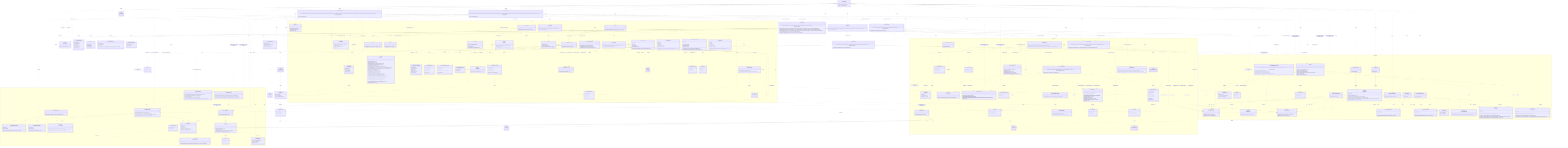
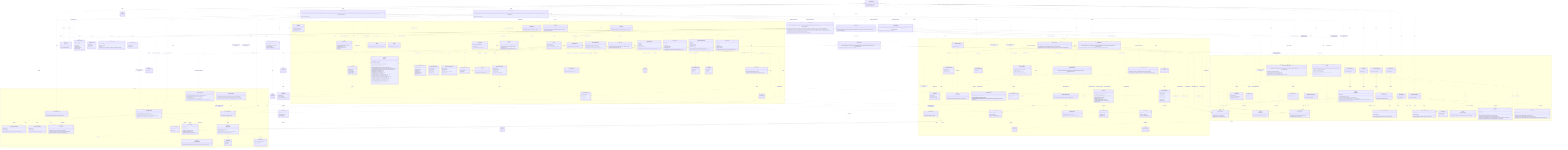
%% Authoritative, system-wide contract chart: every class and every relationship,
%% including the cross-domain interactions between modules.
%% For focused, per-domain views (intra-domain relationships only), see
%% docs/contracts/domains/ (one chart per domain + a README).
classDiagram
  direction TB

  class LicenseWizard {
    +LicenseWizard(args: string[])
    +run() Promise~Answer[]~
  }

  class IWizardMode {
    <<interface>>
    +run() Promise~Answer[]~
  }

  class InteractiveMode {
    +InteractiveMode(licenses: LicenseRepository, config: Config, manifests: ProjectManifestRepository, installer: LicenseInstaller, generator: LicenseGenerator, headers: HeaderApplier, renderer: IRenderer, reporter: IReporter, flags: WizardFlags)
    +run() Promise~Answer[]~
  }

  class NonInteractiveMode {
    +NonInteractiveMode(licenses: LicenseRepository, config: Config, manifests: ProjectManifestRepository, installer: LicenseInstaller, generator: LicenseGenerator, headers: HeaderApplier, reporter: IReporter, flags: WizardFlags, saveTargetByFlag: Record~string, string~)
    +run() Promise~Answer[]~
  }

  class VerifyMode {
    +VerifyMode(verifier: LicenseVerifier, headerVerifier: HeaderVerifier, config: Config, reporter: IReporter, strict: boolean)
    +run() Promise~Answer[]~
  }

  class WizardFlags {
    <<type>>
  }

  class HeaderApplier {
    +HeaderApplier(licenses: LicenseRepository, reader: IFileSystemReader & IPathResolver, writer: IFileSystemWriter)
    +apply(licenseId: string, style: HeaderStyle, tokens: Record~string, string~, extraIgnores: string[]) Promise~HeaderApplyReport~
    +preview(licenseId: string, style: HeaderStyle, tokens: Record~string, string~, extraIgnores: string[]) Promise~HeaderPreview | null~
    +forceApply(licenseId: string, style: HeaderStyle, tokens: Record~string, string~, file: string, options?: object) Promise~HeaderForceReport~
    +remove(extraIgnores: string[]) Promise~HeaderRemovalReport~
    +previewRemoval(extraIgnores: string[]) Promise~HeaderRemovalReport~
  }

  class HeaderApplyReport {
    +licenseId: string
    +style: HeaderStyle
    +total: number
    +written: number
    +unchanged: number
    +skipped: string[]
  }

  class HeaderPreview {
    +files: string[]
    +skipped: string[]
    +sample: string
  }

  class HeaderForceReport {
    +licenseId: string
    +style: HeaderStyle
    +file: string
    +outcome: "written" | "unchanged" | "missing" | "unsupported" | "outside"
  }

  class HeaderRemovalReport {
    +removed: string[]
    +total: number
  }

  class LicenseInstaller {
    +LicenseInstaller(config: Config, manifests: ProjectManifestRepository, generator: LicenseGenerator)
    +install(selection: LicenseSelection) Promise~void~
  }

  class LicenseVerifier {
    +LicenseVerifier(config: Config, manifests: ProjectManifestRepository, generator: LicenseGenerator, reader: IFileSystemReader)
    +verify(options: VerifyOptions) Promise~VerifyOutcome~
  }

  class LicenseSelection {
    +licenseId: string
    +tokens: Record~string, string~
    +save: ConfigSave
    +headers?: HeaderConfig
  }

  class ConfigSave {
    <<union>>
  }

  class VerifyOptions {
    +fix: boolean
  }

  class VerifyOutcome {
    <<union>>
  }

  class VerifyReport {
    +licenseId: string
    +license: DriftStatus
    +manifests: ManifestCheck[]
  }

  class ManifestCheck {
    +name: string
    +declared: string | null
    +status: DriftStatus
  }

  class DriftStatus {
    <<union>>
  }

  namespace CLI {
    class FlagParser {
      +FlagParser(flags: object)
      +parse(args: string[]) object
      +formatHelp() string
    }

    class Orchestrator {
      +Orchestrator(repository: QuestionRepository, renderer: IRenderer)
      +run() Promise~Answer[]~
    }

    class IRenderer {
      <<interface>>
      +render(question: Question) Promise~Answer~
      +onCancel() string
      +complete(summary: CompletionSummary) void
    }

    class CompletionSummary {
      +licenseId: string
      +customized: boolean
      +savedTo: string
      +manifests: string[]
      +headers?: CompletionHeaders
    }

    class CompletionHeaders {
      +style: HeaderStyle
      +written: number
      +total: number
      +skipped: string[]
    }

    class ProgressBar {
      +ProgressBar(label: string, out?: object)
      +start(total: number) void
      +update(done: number) void
      +stop() void
    }

    class ClackRenderer {
      +ClackRenderer(meta: object, spinner: Spinner)
    }

    class IReporter {
      <<interface>>
      +usage(options: string) void
      +version(version: string) void
      +tokens(licenseId: string, slots: TemplateSlot[]) void
      +generated(licenseId: string, savedTo: string) void
      +dryRun(report: DryRunReport) void
      +missingFields(licenseId: string, missing: TemplateSlot[]) void
      +unknownFields(licenseId: string, unknown: string[], slots: TemplateSlot[]) void
      +licenseNotFound(licenseId: string, suggestions: LicenseIndexEntry[]) void
      +verifyMatch(report: VerifyReport) void
      +verifyFixed(report: VerifyReport) void
      +verifyMismatch(report: VerifyReport) void
      +headersNoFiles(licenseId: string) void
      +headersGenerated(report: HeaderGenerateReport) void
      +headersDryRun(report: HeaderDryRunReport) void
      +headersForceApplied(report: HeaderForceApplyReport) void
      +headersRemoved(report: HeaderRemoveReport) void
      +headersRemoveDryRun(report: HeaderRemoveReport) void
      +headersVerifyMatch(report: HeaderVerifyReport) void
      +headersVerifyFixed(report: HeaderVerifyReport) void
      +headersVerifyMismatch(report: HeaderVerifyReport) void
      +error(message: string) void
    }

    class HeaderGenerateReport {
      +licenseId: string
      +style: HeaderStyle
      +total: number
      +written: number
      +unchanged: number
      +skipped: string[]
    }

    class HeaderDryRunReport {
      +licenseId: string
      +style: HeaderStyle
      +files: string[]
      +skipped: string[]
      +sample: string
    }

    class HeaderForceApplyReport {
      +licenseId: string
      +style: HeaderStyle
      +file: string
      +outcome: "written" | "unchanged"
      +dryRun: boolean
    }

    class HeaderRemoveReport {
      +removed: string[]
      +total: number
    }

    class DryRunReport {
      +licenseId: string
      +content: string
      +save: ConfigSave
      +manifests: string[]
    }

    class MessageReporter {
      +MessageReporter(sink: IOutputSink)
    }

    class CliReporter {
      +CliReporter(programName: string, out?: object, err?: object)
    }

    class IOutputSink {
      <<interface>>
      +emit(message: OutputMessage) void
    }

    class StreamSink {
      +StreamSink(presenter: ReportPresenter, out?: object, err?: object)
      +emit(message: OutputMessage) void
    }

    class RecordingSink {
      +RecordingSink()
      +emit(message: OutputMessage) void
      +messages: OutputMessage[]
    }

    class ReportPresenter {
      +ReportPresenter(programName: string)
      +present(message: OutputMessage, options: object) string
    }

    class OutputMessage {
      <<union>>
    }

    class Banner {
      +buildBanner(meta: object, options: object) string
    }

    class Spinner {
      +start(handle: object) Function
    }

    class QuestionRepository {
      +QuestionRepository(questions: Question[])
      +getByIndex(index: number) Question | null
      +insertAt(index: number, questions: Question[]) void
    }

    class QuestionLifecycle {
      +inject(questions: Question[]) void
    }

    class Question {
      <<union>>
    }

    class TextQuestion {
      +id: string
      +text: string
      +type: "text"
      +defaultValue: string
      +required?: boolean
      +onAnswer(answer: Answer, lifecycle: QuestionLifecycle) void
    }

    class ConfirmQuestion {
      +id: string
      +text: string
      +type: "confirm"
      +defaultValue: boolean
      +onAnswer(answer: Answer, lifecycle: QuestionLifecycle) void
    }

    class AutocompleteQuestion {
      +id: string
      +text: string
      +type: "autocomplete"
      +defaultValue: string
      +required?: boolean
      +search(query: string) Promise~AutocompleteOption[]~
      +onAnswer(answer: Answer, lifecycle: QuestionLifecycle) void
    }

    class AutocompleteOption {
      +value: string
      +label: string
      +hint: string
    }

    class SelectQuestion {
      +id: string
      +text: string
      +type: "select"
      +options: SelectOption[]
      +defaultValue: string
      +onAnswer(answer: Answer, lifecycle: QuestionLifecycle) void
    }

    class SelectOption {
      +value: string
      +label: string
      +hint: string
    }

    class Answer {
      +questionId: string
      +value: string | boolean
      +fields: Record~string, string | boolean~
    }
  }

  namespace Licensing {
    class LicenseRepository {
      +LicenseRepository(source: ILicenseSource)
      +search(query: string) Promise~LicenseIndexEntry[]~
      +suggest(query: string, limit: number) Promise~LicenseIndexEntry[]~
      +getLicense(licenseId: string) Promise~LicenseDetail~
    }

    class LicenseRepositoryError {
      +name: string
      +cause: unknown
      +LicenseRepositoryError(message: string, cause?: unknown)
    }

    class LicenseNotFoundError {
      +name: string
      +licenseId: string
      +LicenseNotFoundError(licenseId: string)
    }

    class ILicenseSource {
      <<interface>>
      +search(query: string) Promise~LicenseIndexEntry[]~
      +suggest(query: string, limit: number) Promise~LicenseIndexEntry[]~
      +fetchLicense(licenseId: string) Promise~LicenseDetail~
    }

    class SpdxLicenseSource {
      +SpdxLicenseSource(ttlMs?: number, timeoutMs?: number)
    }

    class LicenseIndexEntry {
      +licenseId: string
      +name: string
    }

    class LicenseDetail {
      +licenseId: string
      +name: string
      +licenseText: string
      +standardLicenseTemplate?: string
      +standardLicenseHeader?: string
      +standardLicenseHeaderTemplate?: string
    }

    class SpdxTemplate {
      <<abstract>>
      +SpdxTemplate(template: string)
      +slots() TemplateSlot[]
      +resolveSlots(entries: Map~string, string~) SlotResolution
      +render(values: Record~string, string~) string
    }

    class LicenseTemplate {
      +LicenseTemplate(template: string)
    }

    class LicenseCopyright {
      +LicenseCopyright(bodyTemplate: string, headerTemplate: string)
      +fromDetail(detail: LicenseDetail)$ LicenseCopyright
      +slots() TemplateSlot[]
      +requiredSlots(fullHeader: boolean) TemplateSlot[]
      +resolveFor(entries: Map~string, string~, fullHeader: boolean) SlotResolution
    }

    class resolveSlotEntries {
      <<function>>
      +resolveSlotEntries(slots: TemplateSlot[], entries: Map~string, string~) SlotResolution
    }

    class TemplateSlot {
      +token: string
      +label: string
    }

    class SlotResolution {
      +values: Record~string, string~
      +missing: TemplateSlot[]
      +unknown: string[]
    }

    class LicenseGenerator {
      +LicenseGenerator(repository: LicenseRepository, writer: IFileSystemWriter)
      +generate(licenseId: string, slotValues?: Record~string, string~) Promise~void~
      +render(licenseId: string, slotValues?: Record~string, string~) Promise~string~
    }
  }

  namespace Configuration {
    class IFileSystemReader {
      <<interface>>
      +read(path: string) Promise~string~
      +exists(path: string) Promise~boolean~
    }

    class IPathResolver {
      <<interface>>
      +realPath(path: string) Promise~string~
    }

    class IFileSystemWriter {
      <<interface>>
      +write(path: string, content: string) Promise~void~
      +delete(path: string) Promise~void~
    }

    class NodeFileSystemReader {
      +NodeFileSystemReader()
    }

    class NodeFileSystemWriter {
      +NodeFileSystemWriter()
    }

    class FileSystemReaderError {
      +name: string
      +cause: unknown
      +FileSystemReaderError(message: string, cause?: unknown)
    }

    class FileSystemWriterError {
      +name: string
      +cause: unknown
      +FileSystemWriterError(message: string, cause?: unknown)
    }

    class WizardConfig {
      +licenseId: string
      +tokens?: Record~string, string~
      +headers?: HeaderConfig
    }

    class HeaderConfig {
      +style: HeaderStyle
      +ignore?: string[]
    }

    class parseWizardConfig {
      <<function>>
      +parseWizardConfig(value: unknown, fileName: string) WizardConfig
    }

    class ConfigTarget {
      +id: string
      +label: string
    }

    class IConfigStore {
      <<interface>>
      +id: string
      +label: string
      +available(reader: IFileSystemReader) Promise~boolean~
      +read(reader: IFileSystemReader) Promise~WizardConfig | null~
      +write(reader: IFileSystemReader, writer: IFileSystemWriter, config: WizardConfig) Promise~void~
      +clear(reader: IFileSystemReader, writer: IFileSystemWriter) Promise~void~
    }

    class RcConfigStore {
      +RcConfigStore()
    }

    class ManifestConfigStore {
+       <<abstract>>
      +ManifestConfigStore(fileName: string)
+     }
+ 
+     class NpmConfigStore {
+       +NpmConfigStore()
+     }
+ 
+     class ComposerConfigStore {
+       +ComposerConfigStore()
    }

    class Config {
      +Config(stores: IConfigStore[], reader: IFileSystemReader, writer: IFileSystemWriter)
      +read() Promise~WizardConfig | null~
      +source() Promise~string | null~
      +targets() Promise~ConfigTarget[]~
      +write(config: WizardConfig, targetId: string) Promise~void~
      +clear() Promise~void~
      +clearHeaders() Promise~void~
    }

    class IProjectManifest {
      <<interface>>
      +name: string
      +exists(reader: IFileSystemReader) Promise~boolean~
      +readLicense(reader: IFileSystemReader) Promise~string | null~
      +writeLicense(reader: IFileSystemReader, writer: IFileSystemWriter, licenseId: string) Promise~void~
    }

    class JsonManifest {
      <<abstract>>
      +JsonManifest(fileName: string)
      +name: string
      +exists(reader: IFileSystemReader) Promise~boolean~
      +readLicense(reader: IFileSystemReader) Promise~string | null~
      +writeLicense(reader: IFileSystemReader, writer: IFileSystemWriter, licenseId: string) Promise~void~
      #extractLicenseId(value: unknown)* string | null
    }

    class NpmManifest {
      +NpmManifest()
    }

    class ComposerManifest {
      +ComposerManifest()
    }

    class ProjectManifestRepository {
      +ProjectManifestRepository(manifests: IProjectManifest[], reader: IFileSystemReader, writer: IFileSystemWriter)
      +readLicense() Promise~string | null~
      +writeLicense(licenseId: string) Promise~void~
      +declaredLicenses() Promise~ManifestLicense[]~
      +writeLicenseTo(name: string, licenseId: string) Promise~void~
    }

    class ManifestLicense {
      +name: string
      +licenseId: string | null
    }
  }

  namespace Headers {
    class HeaderPlan {
      +detail: LicenseDetail
      +style: HeaderStyle
      +tokens: Record~string, string~
    }

    class HeaderStyle {
      <<union>>
    }

    class HeaderRenderer {
      +HeaderRenderer(plan: HeaderPlan)
      +supportsFull(detail: LicenseDetail)$ boolean
      +fullHeaderHasUnfilledPlaceholders(detail: LicenseDetail, tokens: Record~string, string~)$ boolean
      +body() string
    }

    class HeaderTemplate {
      +HeaderTemplate(template: string)
    }

    class HeaderComposer {
      +HeaderComposer(plan: HeaderPlan)
      +fingerprint() string
      +block(extension: string) string
      +hasManaged(content: string) boolean
      +apply(content: string, filePath: string) string
    }

    class SourceFileScanner {
      +SourceFileScanner(walker: IFileTreeWalker, reader: IFileSystemReader, matchers?: GitignoreMatcherFactory)
      +scan(options?: ScanOptions) Promise~string[]~
    }

    class ScanOptions {
      +root?: string
      +extensions?: string[]
      +extraIgnores?: string[]
    }

    class GitignoreMatcher {
      +GitignoreMatcher(patterns: string[])
      +ignores(path: string, isDirectory: boolean) boolean
    }

    class GitignoreMatcherFactory {
      +fromContent(content: string, extra?: string[]) GitignoreMatcher
    }

    class IFileTreeWalker {
      <<interface>>
      +walk(root: string, skipDirectory: Function) Promise~string[]~
    }

    class NodeFileTreeWalker {
      +NodeFileTreeWalker()
    }

    class HeaderInstaller {
      +HeaderInstaller(reader: IFileSystemReader, writer: IFileSystemWriter)
      +install(files: string[], plan: HeaderPlan, onProgress?: Function) Promise~HeaderInstallSummary~
    }

    class HeaderInstallSummary {
      +written: string[]
      +unchanged: string[]
      +skipped: string[]
    }

    class SourceFile {
      +SourceFile(content: string, path: string)
      +extensionOf(path: string)$ string
      +commentStyleFor(extension: string)$ CommentStyle
      +hasManagedHeader() boolean
      +canPlaceHeader() boolean
      +withoutManagedHeaders() SourceFile
      +withManagedHeader(block: string) SourceFile
      +toString() string
    }

    class CommentStyle {
      +blockStart: string
      +linePrefix: string
      +blockEnd: string
    }

    class HeaderRemover {
      +HeaderRemover(reader: IFileSystemReader, writer: IFileSystemWriter)
      +remove(files: string[], onProgress?: Function) Promise~HeaderRemoveSummary~
    }

    class HeaderRemoveSummary {
      +removed: string[]
      +total: number
    }

    class HeaderVerifier {
      +HeaderVerifier(scanner: SourceFileScanner, reader: IFileSystemReader, writer: IFileSystemWriter, licenses: LicenseRepository)
      +verify(config: WizardConfig, options: HeaderVerifyOptions) Promise~HeaderVerifyOutcome~
    }

    class HeaderVerifyOptions {
      +fix: boolean
    }

    class HeaderVerifyOutcome {
      <<union>>
    }

    class HeaderVerifyReport {
      +licenseId: string
      +style: HeaderStyle
      +total: number
      +matched: string[]
      +missing: string[]
      +drifted: HeaderDrift[]
      +fixed: string[]
      +skipped: string[]
    }

    class HeaderDrift {
      +file: string
      +declares: object | null
      +reason: HeaderDriftReason
    }

    class HeaderDriftReason {
      <<union>>
    }
  }

  TextQuestion ..|> Question : member of
  ConfirmQuestion ..|> Question : member of
  AutocompleteQuestion ..|> Question : member of
  SelectQuestion ..|> Question : member of
  TextQuestion ..> QuestionLifecycle : onAnswer receives
  ConfirmQuestion ..> QuestionLifecycle : onAnswer receives
  AutocompleteQuestion ..> QuestionLifecycle : onAnswer receives
  SelectQuestion ..> QuestionLifecycle : onAnswer receives
  SelectQuestion ..> SelectOption : offers
  Orchestrator ..> QuestionLifecycle : creates
  ClackRenderer ..|> IRenderer : implements
  ClackRenderer ..> Spinner : uses
  ClackRenderer ..> Banner : renders
  IRenderer ..> CompletionSummary : renders
  ClackRenderer ..> CompletionSummary : renders
  MessageReporter ..|> IReporter : implements
  CliReporter --|> MessageReporter : terminal wiring
  MessageReporter ..> IOutputSink : emits to
  MessageReporter ..> OutputMessage : builds
  StreamSink ..|> IOutputSink : implements
  RecordingSink ..|> IOutputSink : implements
  StreamSink ..> ReportPresenter : renders with
  ReportPresenter ..> OutputMessage : renders
  CliReporter ..> StreamSink : wires
  CliReporter ..> ReportPresenter : wires
  MessageReporter ..> TemplateSlot : reads
  MessageReporter ..> VerifyReport : reads
  MessageReporter ..> DryRunReport : reads
  %% Composition root: LicenseWizard parses flags, builds the shared graph, and
  %% delegates each run to one of the three modes through IWizardMode.
  LicenseWizard ..> FlagParser : uses
  LicenseWizard ..> WizardFlags : parses
  LicenseWizard ..> CliReporter : creates
  LicenseWizard ..> IReporter : reports usage through
  LicenseWizard ..> ClackRenderer : creates
  LicenseWizard ..> SpdxLicenseSource : creates
  LicenseWizard ..> LicenseRepository : creates
  LicenseWizard ..> LicenseGenerator : creates
  LicenseWizard ..> LicenseInstaller : creates
  LicenseWizard ..> HeaderApplier : creates
  LicenseWizard ..> LicenseVerifier : creates
  LicenseWizard ..> IWizardMode : delegates the run to
  LicenseWizard ..> InteractiveMode : creates
  LicenseWizard ..> NonInteractiveMode : creates
  LicenseWizard ..> VerifyMode : creates
  InteractiveMode ..|> IWizardMode : implements
  NonInteractiveMode ..|> IWizardMode : implements
  VerifyMode ..|> IWizardMode : implements

  %% Interactive mode: the prompt-driven setup flow.
  InteractiveMode ..> ClackRenderer : renders through
  InteractiveMode ..> IRenderer : reports completion through
  InteractiveMode ..> Orchestrator : creates
  InteractiveMode ..> QuestionRepository : creates
  InteractiveMode ..> LicenseRepository : searches and resolves with
  InteractiveMode ..> LicenseTemplate : creates
  InteractiveMode ..> HeaderRenderer : checks full-header support with
  InteractiveMode ..> LicenseInstaller : applies selection through
  InteractiveMode ..> HeaderApplier : applies headers through
  InteractiveMode ..> LicenseGenerator : renders dry-run preview through
  InteractiveMode ..> Config : reads config and targets from
  InteractiveMode ..> ProjectManifestRepository : reads and reports manifests through
  InteractiveMode ..> IReporter : reports dry-run through
  InteractiveMode ..> LicenseSelection : builds
  InteractiveMode ..> DryRunReport : builds

  %% Non-interactive mode: flag-driven generation, apply-config, and removal.
  NonInteractiveMode ..> LicenseRepository : resolves and suggests with
  NonInteractiveMode ..> LicenseTemplate : creates
  NonInteractiveMode ..> HeaderRenderer : checks full-header support with
  NonInteractiveMode ..> LicenseInstaller : applies selection through
  NonInteractiveMode ..> HeaderApplier : applies headers through
  NonInteractiveMode ..> LicenseGenerator : renders dry-run preview through
  NonInteractiveMode ..> Config : reads config and clears headers through
  NonInteractiveMode ..> ProjectManifestRepository : reports manifests through
  NonInteractiveMode ..> IReporter : reports through
  NonInteractiveMode ..> LicenseSelection : builds
  NonInteractiveMode ..> DryRunReport : builds
  NonInteractiveMode ..> LicenseNotFoundError : handles

  %% Verify mode: LICENSE/manifest and source-header verification.
  VerifyMode ..> LicenseVerifier : verifies through
  VerifyMode ..> HeaderVerifier : verifies headers through
  VerifyMode ..> Config : reads config from
  VerifyMode ..> IReporter : reports through

  LicenseInstaller ..> Config : uses
  LicenseInstaller ..> ProjectManifestRepository : writes selection to
  LicenseInstaller ..> LicenseGenerator : uses
  LicenseInstaller ..> LicenseSelection : applies
  LicenseVerifier ..> Config : reads config from
  LicenseVerifier ..> ProjectManifestRepository : checks and reconciles manifests through
  LicenseVerifier ..> LicenseGenerator : re-renders and rewrites with
  LicenseVerifier ..> IFileSystemReader : reads LICENSE through
  LicenseVerifier ..> VerifyOptions : configured by
  LicenseVerifier ..> VerifyOutcome : returns
  VerifyOutcome ..> VerifyReport : carries
  VerifyReport ..> ManifestCheck : aggregates
  VerifyReport ..> DriftStatus : statuses by
  ManifestCheck ..> DriftStatus : status by
  ProjectManifestRepository ..> ManifestLicense : produces
  LicenseSelection ..> ConfigSave : has
  DryRunReport ..> ConfigSave : carries
  Orchestrator ..> QuestionRepository : gets questions from
  Orchestrator ..> IRenderer : feeds questions to
  ClackRenderer ..> Question : renders
  QuestionRepository ..> Question : produces
  AutocompleteQuestion ..> AutocompleteOption : search produces
  Orchestrator ..> Answer : collects
  SpdxLicenseSource ..|> ILicenseSource : implements
  LicenseRepository ..> ILicenseSource : uses
  LicenseRepository ..> LicenseIndexEntry : produces
  LicenseRepository ..> LicenseDetail : produces
  LicenseRepository ..> LicenseRepositoryError : throws
  LicenseRepository ..> LicenseNotFoundError : throws
  SpdxLicenseSource ..> LicenseNotFoundError : throws
  MessageReporter ..> LicenseIndexEntry : reads
  LicenseGenerator ..> LicenseRepository : uses
  LicenseGenerator ..> IFileSystemWriter : uses
  LicenseGenerator ..> LicenseTemplate : uses
  LicenseTemplate --|> SpdxTemplate : extends
  LicenseCopyright ..> LicenseTemplate : parses body and header with
  LicenseCopyright ..> resolveSlotEntries : resolves with
  SpdxTemplate ..> resolveSlotEntries : resolves with
  HeaderTemplate --|> SpdxTemplate : extends
  SpdxTemplate ..> TemplateSlot : produces
  SpdxTemplate ..> SlotResolution : produces
  NodeFileSystemReader ..|> IFileSystemReader : implements
  NodeFileSystemReader ..|> IPathResolver : implements
  NodeFileSystemWriter ..|> IFileSystemWriter : implements
  NodeFileSystemReader ..> FileSystemReaderError : throws
  NodeFileSystemWriter ..> FileSystemWriterError : throws
  Config ..> IConfigStore : coordinates
  Config ..> IFileSystemReader : uses
  Config ..> IFileSystemWriter : uses
  Config ..> WizardConfig : produces
  Config ..> ConfigTarget : produces
  Config ..> FileSystemWriterError : throws
  RcConfigStore ..|> IConfigStore : implements
  ManifestConfigStore ..|> IConfigStore : implements
+   NpmConfigStore --|> ManifestConfigStore : extends
+   ComposerConfigStore --|> ManifestConfigStore : extends
  RcConfigStore ..> IFileSystemReader : uses
  RcConfigStore ..> IFileSystemWriter : uses
  RcConfigStore ..> FileSystemReaderError : throws
  RcConfigStore ..> FileSystemWriterError : throws
  ManifestConfigStore ..> IFileSystemReader : uses
  ManifestConfigStore ..> IFileSystemWriter : uses
  ManifestConfigStore ..> FileSystemReaderError : throws
  ManifestConfigStore ..> FileSystemWriterError : throws
  JsonManifest ..|> IProjectManifest : implements
  NpmManifest --|> JsonManifest : extends
  ComposerManifest --|> JsonManifest : extends
  JsonManifest ..> IFileSystemReader : uses
  JsonManifest ..> IFileSystemWriter : uses
  JsonManifest ..> FileSystemReaderError : throws
  JsonManifest ..> FileSystemWriterError : throws
  ProjectManifestRepository ..> IProjectManifest : coordinates
  ProjectManifestRepository ..> IFileSystemReader : uses
  ProjectManifestRepository ..> IFileSystemWriter : uses
  LicenseWizard ..> NodeFileSystemReader : creates
  LicenseWizard ..> NodeFileSystemWriter : creates
  LicenseWizard ..> Config : creates
  LicenseWizard ..> RcConfigStore : creates
-   LicenseWizard ..> ManifestConfigStore : creates
+   LicenseWizard ..> NpmConfigStore : creates
+   LicenseWizard ..> ComposerConfigStore : creates
  LicenseWizard ..> NpmManifest : creates
  LicenseWizard ..> ComposerManifest : creates
  LicenseWizard ..> ProjectManifestRepository : creates
  LicenseWizard ..> HeaderVerifier : creates
  LicenseWizard ..> SourceFileScanner : creates
  LicenseWizard ..> NodeFileTreeWalker : creates
  %% HeaderApplier owns the source-file header surface for both write modes.
  HeaderApplier ..> SourceFileScanner : creates
  HeaderApplier ..> NodeFileTreeWalker : creates
  HeaderApplier ..> HeaderInstaller : creates
  HeaderApplier ..> HeaderInstaller : writes headers through
  HeaderApplier ..> HeaderRemover : creates
  HeaderApplier ..> HeaderRemover : removes headers through
  HeaderApplier ..> SourceFile : previews removal with
  HeaderApplier ..> HeaderComposer : previews header block with
  HeaderApplier ..> ProgressBar : drives header progress with
  HeaderApplier ..> HeaderPlan : builds
  HeaderApplier ..> LicenseRepository : fetches header detail through
  HeaderApplier ..> HeaderApplyReport : produces
  HeaderApplier ..> HeaderPreview : produces
  HeaderApplier ..> HeaderForceReport : produces
  HeaderApplier ..> IPathResolver : confines forced writes through
  HeaderApplier ..> HeaderRemovalReport : produces
  MessageReporter ..> HeaderGenerateReport : reads
  MessageReporter ..> HeaderDryRunReport : reads
  MessageReporter ..> HeaderForceApplyReport : reads
  MessageReporter ..> HeaderRemoveReport : reads
  MessageReporter ..> HeaderVerifyReport : reads
  MessageReporter ..> HeaderDrift : reduces drift from
  HeaderConfig ..> HeaderStyle : style by
  HeaderPlan ..> LicenseDetail : carries
  HeaderPlan ..> HeaderStyle : styled by
  HeaderRenderer ..> HeaderPlan : renders
  HeaderRenderer ..> HeaderTemplate : substitutes header template with
  HeaderComposer ..> HeaderPlan : composes
  HeaderComposer ..> HeaderRenderer : renders body with
  HeaderInstaller ..> HeaderComposer : applies header with
  HeaderInstaller ..> HeaderPlan : applies
  HeaderInstaller ..> IFileSystemReader : reads files through
  HeaderInstaller ..> IFileSystemWriter : writes files through
  HeaderInstaller ..> HeaderInstallSummary : produces
  HeaderRemover ..> SourceFile : strips header through
  HeaderRemover ..> IFileSystemReader : reads files through
  HeaderRemover ..> IFileSystemWriter : writes files through
  HeaderRemover ..> HeaderRemoveSummary : produces
  HeaderComposer ..> SourceFile : places header through
  SourceFile ..> CommentStyle : wraps with
  SourceFileScanner ..> SourceFile : derives extension with
  HeaderVerifier ..> SourceFileScanner : rediscovers files through
  HeaderVerifier ..> HeaderComposer : compares against
  HeaderVerifier ..> LicenseRepository : fetches header detail through
  HeaderVerifier ..> IFileSystemReader : reads files through
  HeaderVerifier ..> IFileSystemWriter : rewrites files through
  HeaderVerifier ..> WizardConfig : verifies against
  HeaderVerifier ..> HeaderVerifyOptions : configured by
  HeaderVerifier ..> HeaderVerifyOutcome : returns
  HeaderVerifyOutcome ..> HeaderVerifyReport : carries
  HeaderVerifyReport ..> HeaderDrift : details drift by
  HeaderDrift ..> HeaderDriftReason : explained by
  HeaderVerifier ..> HeaderDrift : classifies drift into
  SourceFileScanner ..> IFileTreeWalker : walks with
  SourceFileScanner ..> IFileSystemReader : reads .gitignore through
  SourceFileScanner ..> GitignoreMatcherFactory : builds matchers with
  SourceFileScanner ..> GitignoreMatcher : filters with
  SourceFileScanner ..> ScanOptions : configured by
  GitignoreMatcherFactory ..> GitignoreMatcher : creates
  NodeFileTreeWalker ..|> IFileTreeWalker : implements
  ClackRenderer ..> CompletionHeaders : renders
  CompletionSummary ..> CompletionHeaders : carries
